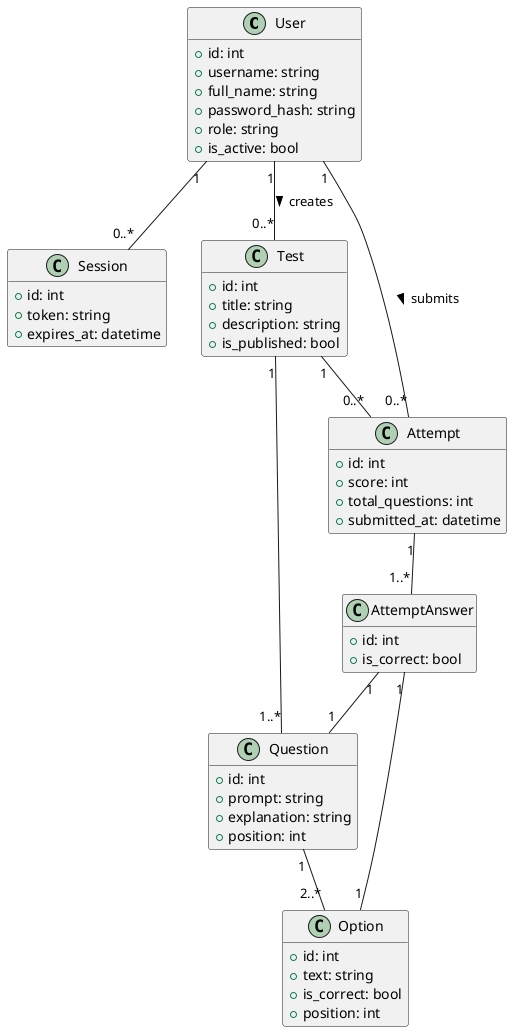
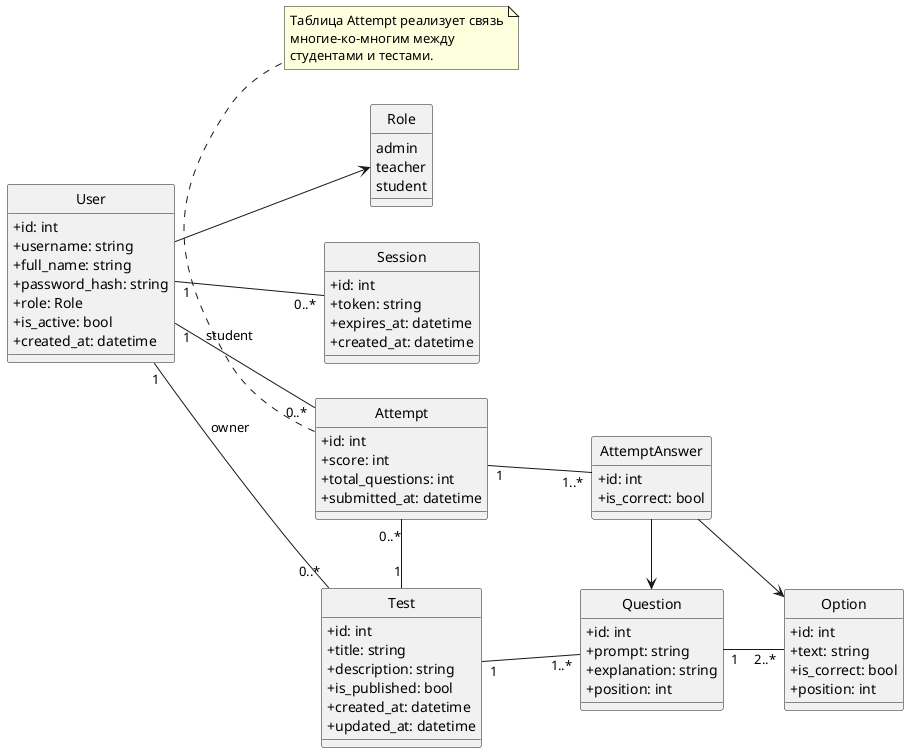
@startuml
- hide methods
+ left to right direction
+ hide circle
+ skinparam shadowing false
+ skinparam classAttributeIconSize 0

- class User {
-   +id: int
-   +username: string
-   +full_name: string
-   +password_hash: string
-   +role: string
-   +is_active: bool
+ together {
+   class User {
+     +id: int
+     +username: string
+     +full_name: string
+     +password_hash: string
+     +role: Role
+     +is_active: bool
+     +created_at: datetime
+   }
+ 
+   class Session {
+     +id: int
+     +token: string
+     +expires_at: datetime
+     +created_at: datetime
+   }
+ 
+   enum Role {
+     admin
+     teacher
+     student
+   }
}

- class Session {
-   +id: int
-   +token: string
-   +expires_at: datetime
+ together {
+   class Test {
+     +id: int
+     +title: string
+     +description: string
+     +is_published: bool
+     +created_at: datetime
+     +updated_at: datetime
+   }
+ 
+   class Question {
+     +id: int
+     +prompt: string
+     +explanation: string
+     +position: int
+   }
+ 
+   class Option {
+     +id: int
+     +text: string
+     +is_correct: bool
+     +position: int
+   }
}

- class Test {
-   +id: int
-   +title: string
-   +description: string
-   +is_published: bool
+ together {
+   class Attempt {
+     +id: int
+     +score: int
+     +total_questions: int
+     +submitted_at: datetime
+   }
+ 
+   class AttemptAnswer {
+     +id: int
+     +is_correct: bool
+   }
}

- class Question {
-   +id: int
-   +prompt: string
-   +explanation: string
-   +position: int
- }
- 
- class Option {
-   +id: int
-   +text: string
-   +is_correct: bool
-   +position: int
- }
- 
- class Attempt {
-   +id: int
-   +score: int
-   +total_questions: int
-   +submitted_at: datetime
- }
- 
- class AttemptAnswer {
-   +id: int
-   +is_correct: bool
- }
- 
+ User --> Role
User "1" -- "0..*" Session
- User "1" -- "0..*" Test : creates >
- User "1" -- "0..*" Attempt : submits >
+ User "1" -- "0..*" Test : owner
+ User "1" -- "0..*" Attempt : student
Test "1" -- "1..*" Question
Question "1" -- "2..*" Option
Test "1" -- "0..*" Attempt
Attempt "1" -- "1..*" AttemptAnswer
- AttemptAnswer "1" -- "1" Question
- AttemptAnswer "1" -- "1" Option
+ AttemptAnswer --> Question
+ AttemptAnswer --> Option
+ 
+ note bottom of Attempt
+   Таблица Attempt реализует связь
+   многие-ко-многим между
+   студентами и тестами.
+ end note
@enduml
